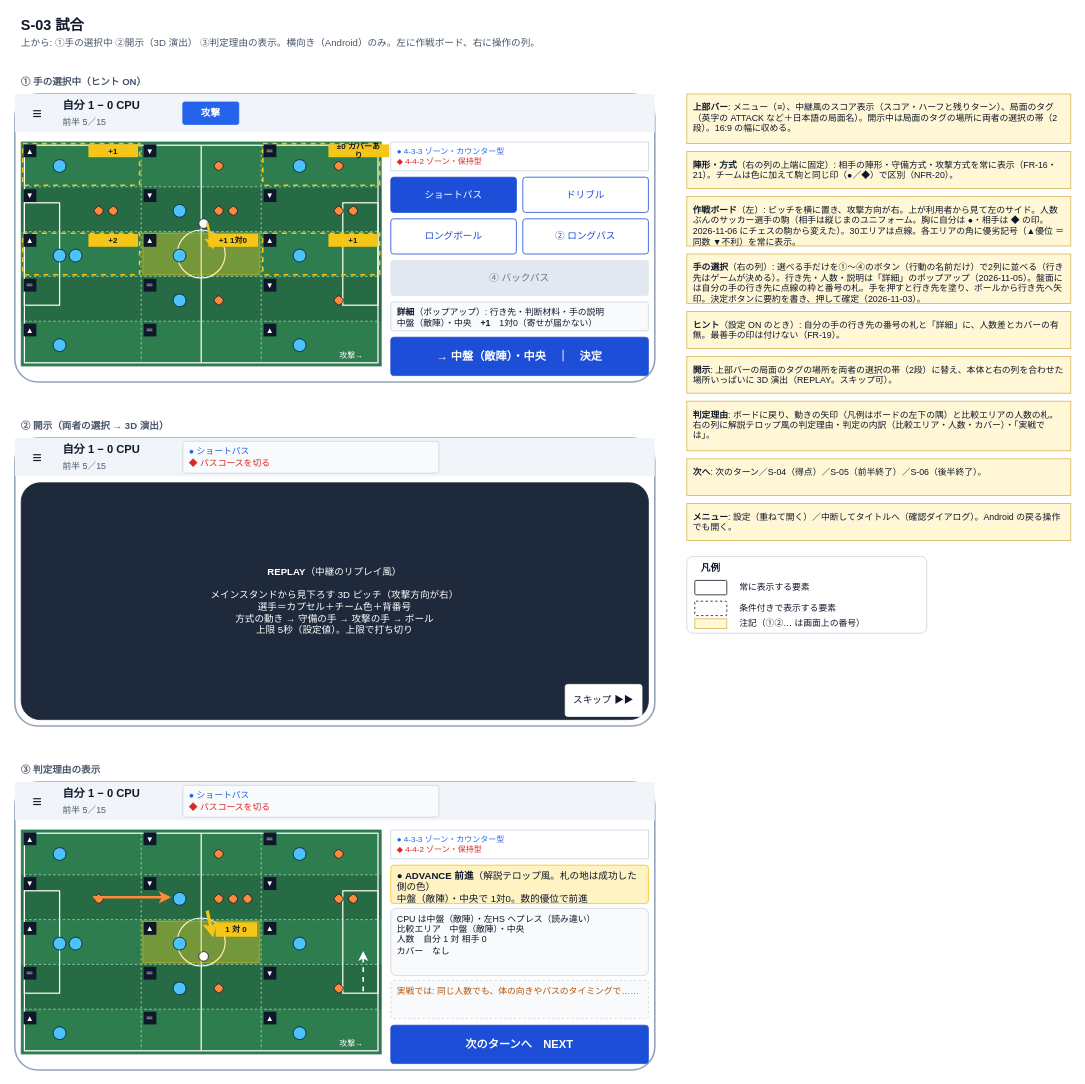
Before: page "wireframe-s03-match" (3 of 12) of docs/specs/2_basic-design/wireframes.drawio in n-yata/soccer-sim, a draw.io diagram. Source tidied: cells renumbered, new cells numbered last; positions are measured from the earlier drawing's top-left corner, leaving out a move shared by most shapes. Both pictures are drawn from the tidied source at 80%, with x=0, y=0 at pixel (14, 14).
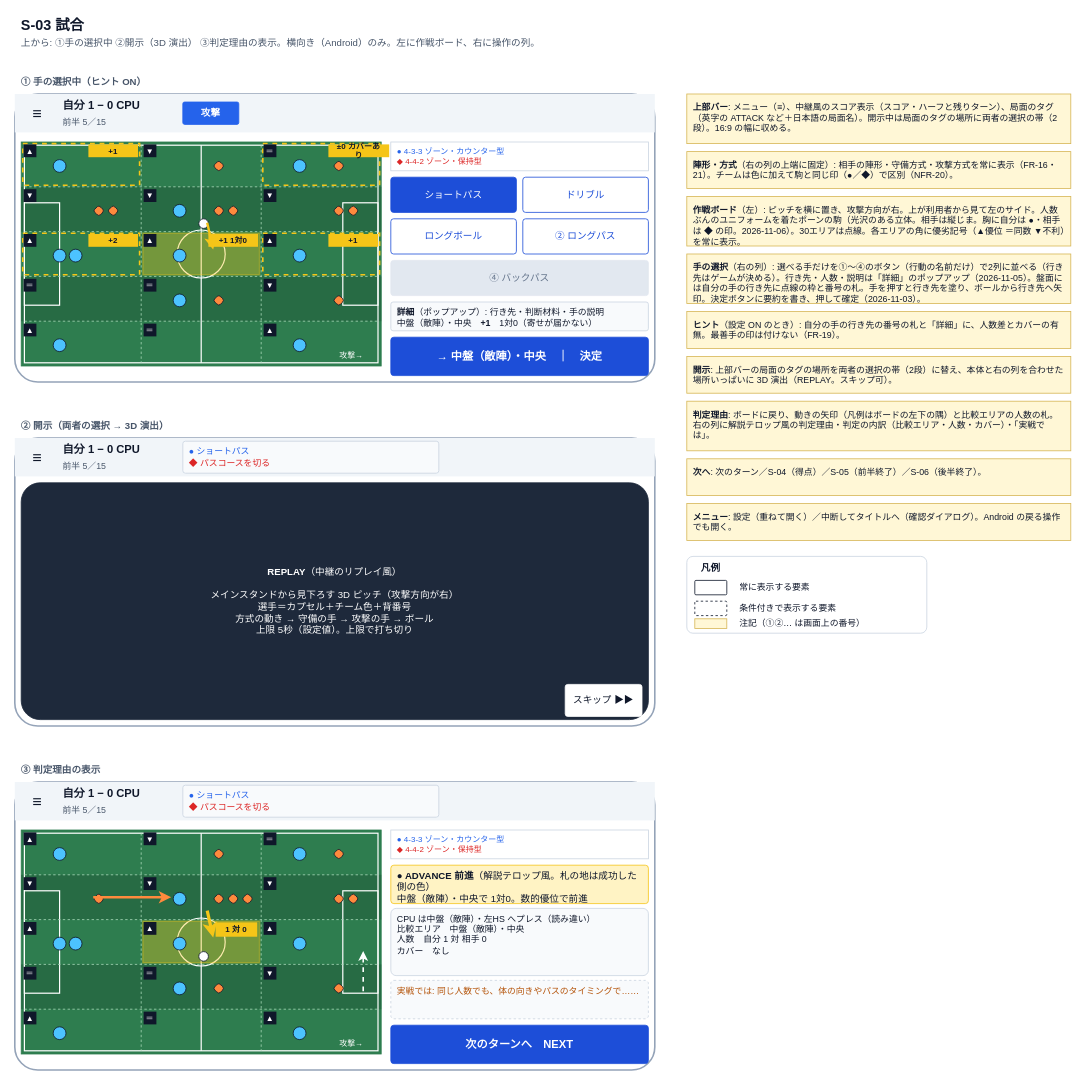
The same diagram, later.

The edit, as a diff of the source:
```diff
@@
-    <mxCell id="160" value="&lt;b&gt;作戦ボード&lt;/b&gt;（左）: ピッチを横に置き、攻撃方向が右。上が利用者から見て左のサイド。人数ぶんのサッカー選手の駒（相手は縦じまのユニフォーム。胸に自分は ●・相手は ◆ の印。2026-11-06 にチェスの駒から変えた）。30エリアは点線。各エリアの角に優劣記号（▲優位 ＝同数 ▼不利）を常に表示。" style="rounded=0;arcSize=8;whiteSpace=wrap;html=1;fillColor=#FFF7D6;strokeColor=#D6B656;fontSize=11;fontColor=#0F172A;align=left;verticalAlign=top;spacingLeft=6;spacingRight=6;spacingTop=4;" parent="1" vertex="1">
+    <mxCell id="160" value="&lt;b&gt;作戦ボード&lt;/b&gt;（左）: ピッチを横に置き、攻撃方向が右。上が利用者から見て左のサイド。人数ぶんのユニフォームを着たポーンの駒（光沢のある立体。相手は縦じま。胸に自分は ●・相手は ◆ の印。2026-11-06）。30エリアは点線。各エリアの角に優劣記号（▲優位 ＝同数 ▼不利）を常に表示。" style="rounded=0;arcSize=8;whiteSpace=wrap;html=1;fillColor=#FFF7D6;strokeColor=#D6B656;fontSize=11;fontColor=#0F172A;align=left;verticalAlign=top;spacingLeft=6;spacingRight=6;spacingTop=4;" parent="1" vertex="1">
       <mxGeometry x="840" y="228" width="480" height="62" as="geometry" />
     </mxCell>
```
